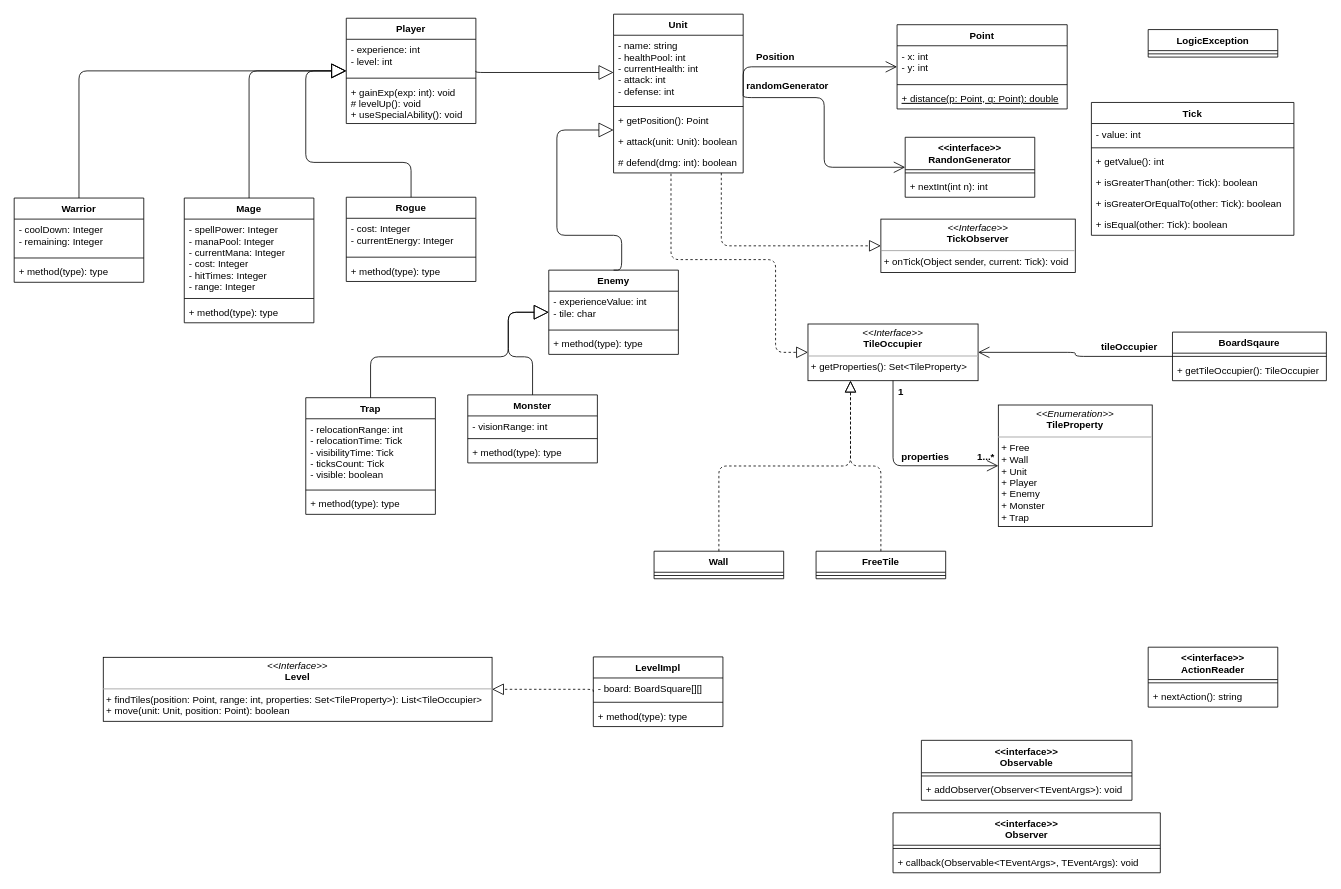
Earlier version of the draw.io diagram uml.drawio (boaz23/oosd-assignment3). Source tidied: cells renumbered, new cells numbered last; positions are measured from the earlier drawing's top-left corner, leaving out a move shared by most shapes. Both pictures are drawn from the tidied source at 81%, with x=0, y=0 at pixel (14, 14).
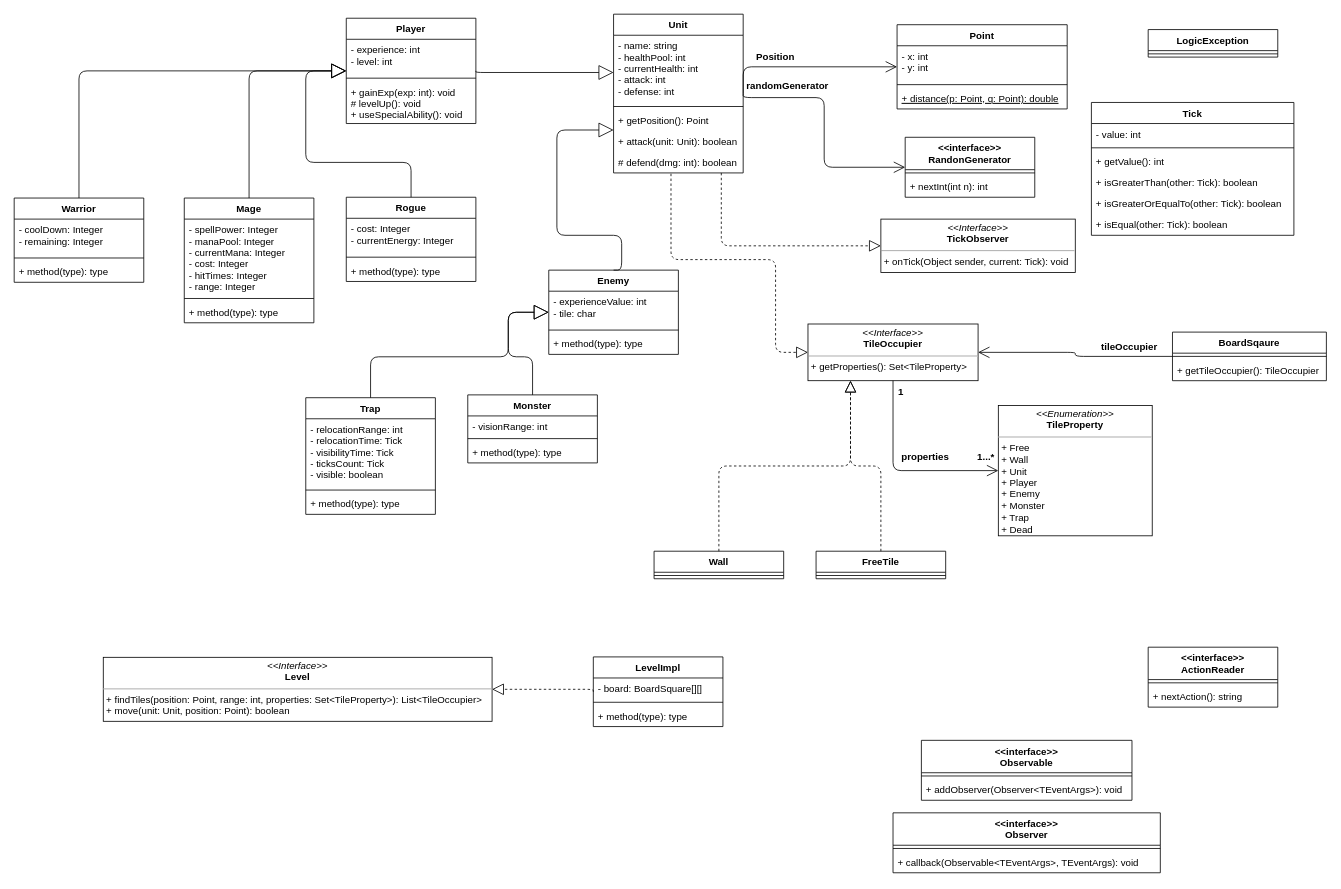
The same diagram, later.

Commit message (it also covers changes not shown here):
updated UML and removed some classes which are to be replaced by others

What changed in the source:
```diff
@@
-    <mxCell id="79" value="&lt;p style=&quot;margin: 0px ; margin-top: 4px ; text-align: center&quot;&gt;&lt;i&gt;&amp;lt;&amp;lt;Enumeration&amp;gt;&amp;gt;&lt;/i&gt;&lt;br&gt;&lt;b&gt;TileProperty&lt;/b&gt;&lt;/p&gt;&lt;hr size=&quot;1&quot;&gt;&lt;p style=&quot;margin: 0px ; margin-left: 4px&quot;&gt;+ Free&lt;/p&gt;&lt;p style=&quot;margin: 0px ; margin-left: 4px&quot;&gt;+ Wall&lt;/p&gt;&lt;p style=&quot;margin: 0px ; margin-left: 4px&quot;&gt;+ Unit&lt;/p&gt;&lt;p style=&quot;margin: 0px ; margin-left: 4px&quot;&gt;+ Player&lt;/p&gt;&lt;p style=&quot;margin: 0px ; margin-left: 4px&quot;&gt;+ Enemy&lt;/p&gt;&lt;p style=&quot;margin: 0px ; margin-left: 4px&quot;&gt;+ Monster&lt;/p&gt;&lt;p style=&quot;margin: 0px ; margin-left: 4px&quot;&gt;+ Trap&lt;/p&gt;" style="verticalAlign=top;align=left;overflow=fill;fontSize=12;fontFamily=Helvetica;html=1;" parent="1" vertex="1">
-      <mxGeometry x="1215" y="482.5" width="190" height="150" as="geometry" />
+    <mxCell id="79" value="&lt;p style=&quot;margin: 0px ; margin-top: 4px ; text-align: center&quot;&gt;&lt;i&gt;&amp;lt;&amp;lt;Enumeration&amp;gt;&amp;gt;&lt;/i&gt;&lt;br&gt;&lt;b&gt;TileProperty&lt;/b&gt;&lt;/p&gt;&lt;hr size=&quot;1&quot;&gt;&lt;p style=&quot;margin: 0px ; margin-left: 4px&quot;&gt;+ Free&lt;/p&gt;&lt;p style=&quot;margin: 0px ; margin-left: 4px&quot;&gt;+ Wall&lt;/p&gt;&lt;p style=&quot;margin: 0px ; margin-left: 4px&quot;&gt;+ Unit&lt;/p&gt;&lt;p style=&quot;margin: 0px ; margin-left: 4px&quot;&gt;+ Player&lt;/p&gt;&lt;p style=&quot;margin: 0px ; margin-left: 4px&quot;&gt;+ Enemy&lt;/p&gt;&lt;p style=&quot;margin: 0px ; margin-left: 4px&quot;&gt;+ Monster&lt;/p&gt;&lt;p style=&quot;margin: 0px ; margin-left: 4px&quot;&gt;+ Trap&lt;/p&gt;&lt;p style=&quot;margin: 0px ; margin-left: 4px&quot;&gt;+ Dead&lt;/p&gt;" style="verticalAlign=top;align=left;overflow=fill;fontSize=12;fontFamily=Helvetica;html=1;" parent="1" vertex="1">
+      <mxGeometry x="1215" y="483" width="190" height="161" as="geometry" />
     </mxCell>
```
